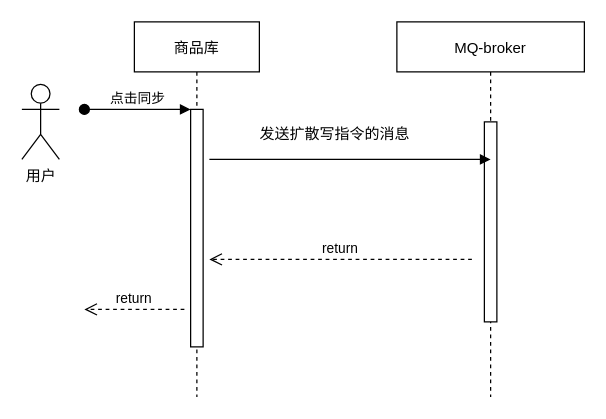
Above: Qjl_Goods.drawio in Luffybaga/draw (draw.io), before the change. Source tidied: cells renumbered, new cells numbered last; positions are measured from the earlier drawing's top-left corner, leaving out a move shared by most shapes. Both pictures are drawn from the tidied source at 125%, with x=0, y=0 at pixel (21, 21).
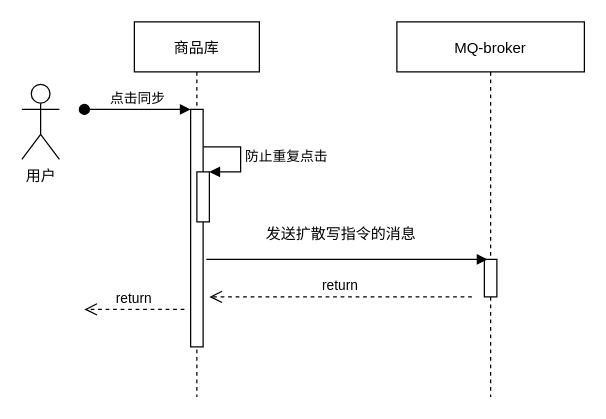
After the change.

Unchanged cells that the change refers to:
```xml
<mxCell id="2" value="商品库" style="shape=umlLifeline;perimeter=lifelinePerimeter;rounded=0;shadow=0;strokeWidth=1;" parent="1" vertex="1">
  <mxGeometry x="90" width="100" height="300" as="geometry" />
</mxCell>
<mxCell id="5" value="MQ-broker" style="shape=umlLifeline;perimeter=lifelinePerimeter;rounded=0;shadow=0;strokeWidth=1;" parent="1" vertex="1">
  <mxGeometry x="300" width="150" height="300" as="geometry" />
</mxCell>
```

The edit, as a diff of the source:
```diff
@@
+    <mxCell id="12" style="html=1;points=[];perimeter=orthogonalPerimeter;" parent="2" vertex="1">
+      <mxGeometry x="50" y="120" width="10" height="40" as="geometry" />
+    </mxCell>
+    <mxCell id="13" value="防止重复点击" style="edgeStyle=orthogonalEdgeStyle;html=1;align=left;spacingLeft=2;endArrow=block;rounded=0;entryX=1;entryY=0;" parent="2" edge="1" target="12">
+      <mxGeometry relative="1" as="geometry">
+        <mxPoint x="55" y="100" as="sourcePoint" />
+        <Array as="points">
+          <mxPoint x="85" y="100" />
+        </Array>
+      </mxGeometry>
+    </mxCell>
@@
     <mxCell id="6" style="perimeter=orthogonalPerimeter;rounded=0;shadow=0;strokeWidth=1;" parent="5" vertex="1">
-      <mxGeometry x="70" y="80" width="10" height="160" as="geometry" />
+      <mxGeometry x="70" y="190" width="10" height="30" as="geometry" />
     </mxCell>
@@
     <mxCell id="8" style="verticalAlign=bottom;endArrow=block;entryX=0;entryY=0;shadow=0;strokeWidth=1;" parent="1" edge="1">
       <mxGeometry x="0.02" y="-150" relative="1" as="geometry">
-        <mxPoint x="150" y="110" as="sourcePoint" />
-        <mxPoint x="375" y="110" as="targetPoint" />
+        <mxPoint x="147.5" y="190" as="sourcePoint" />
+        <mxPoint x="372.5" y="190" as="targetPoint" />
       </mxGeometry>
     </mxCell>
     <mxCell id="9" value="发送扩散写指令的消息" style="text;html=1;align=center;verticalAlign=middle;strokeColor=none;" parent="1" vertex="1">
-      <mxGeometry x="180" y="80" width="140" height="20" as="geometry" />
+      <mxGeometry x="185" y="160" width="140" height="20" as="geometry" />
     </mxCell>
     <mxCell id="10" value="return" style="verticalAlign=bottom;endArrow=open;dashed=1;endSize=8;shadow=0;strokeWidth=1;" parent="1" edge="1">
       <mxGeometry relative="1" as="geometry">
-        <mxPoint x="360" y="190" as="sourcePoint" />
-        <mxPoint x="150" y="190" as="targetPoint" />
+        <mxPoint x="360" y="220" as="sourcePoint" />
+        <mxPoint x="150" y="220" as="targetPoint" />
+        <Array as="points">
+          <mxPoint x="260" y="220" />
+        </Array>
       </mxGeometry>
     </mxCell>
```
